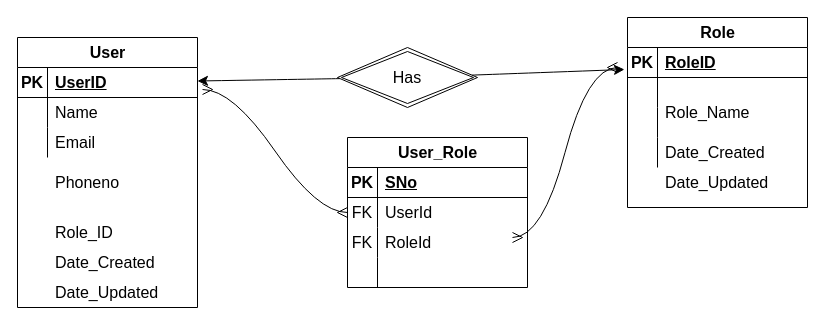
PoojaSharma2906/Chatting-Application-Java keeps this draw.io diagram as Untitled Diagram.drawio. Above is the earlier version. Source tidied: cells renumbered, new cells numbered last; positions are measured from the earlier drawing's top-left corner, leaving out a move shared by most shapes. Both pictures are drawn from the tidied source at 100%, with x=0, y=0 at pixel (17, 17).
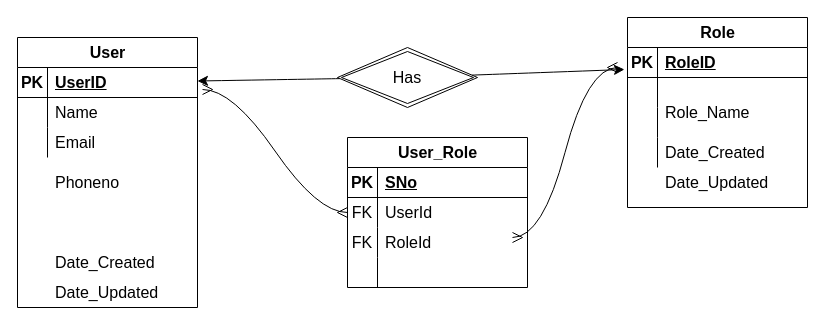
The same diagram, later.

What changed in the source:
```diff
@@
-    <mxCell id="29" value="Role_ID" style="shape=partialRectangle;fillColor=none;top=0;left=0;bottom=0;right=0;align=left;spacingLeft=6;overflow=hidden;whiteSpace=wrap;html=1;fontSize=16;" parent="1" vertex="1">
-      <mxGeometry x="30" y="200" width="150" height="30" as="geometry" />
-    </mxCell>
```
